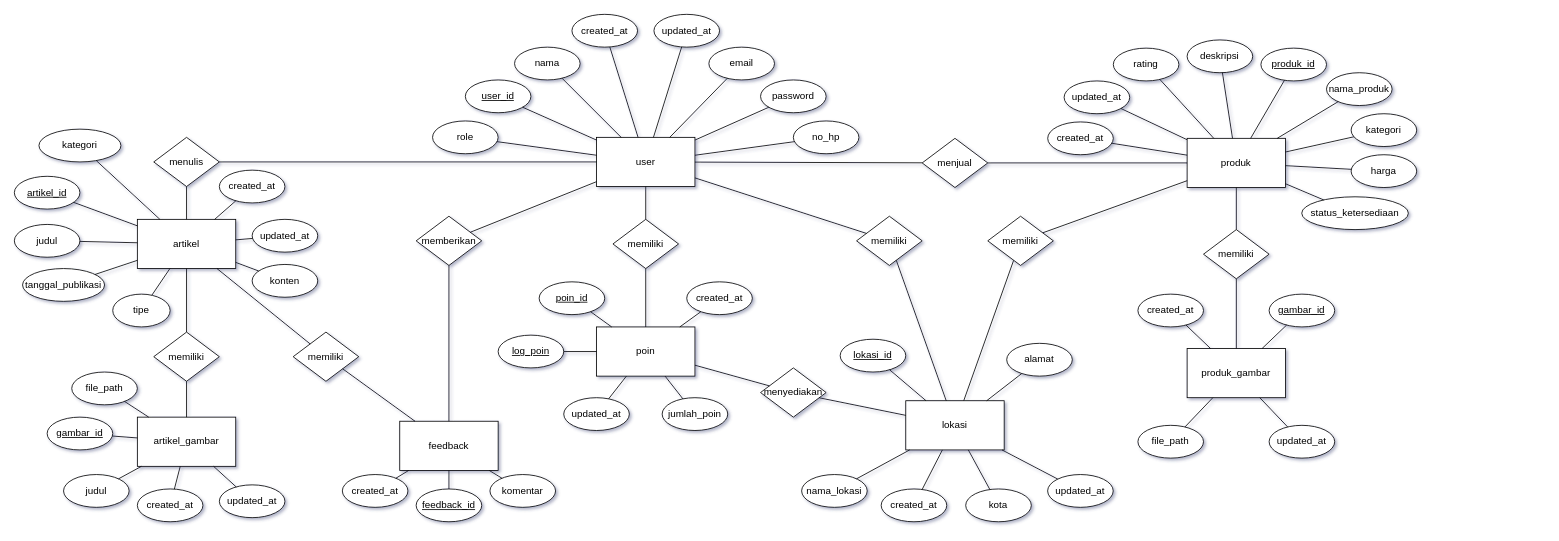
The draw.io diagram docs/diagram/ERD ecozense.drawio in nossilleen/PBL-211, before the edit. Source tidied: cells renumbered, new cells numbered last; positions are measured from the earlier drawing's top-left corner, leaving out a move shared by most shapes. Both pictures are drawn from the tidied source at 82%, with x=0, y=0 at pixel (14, 14).
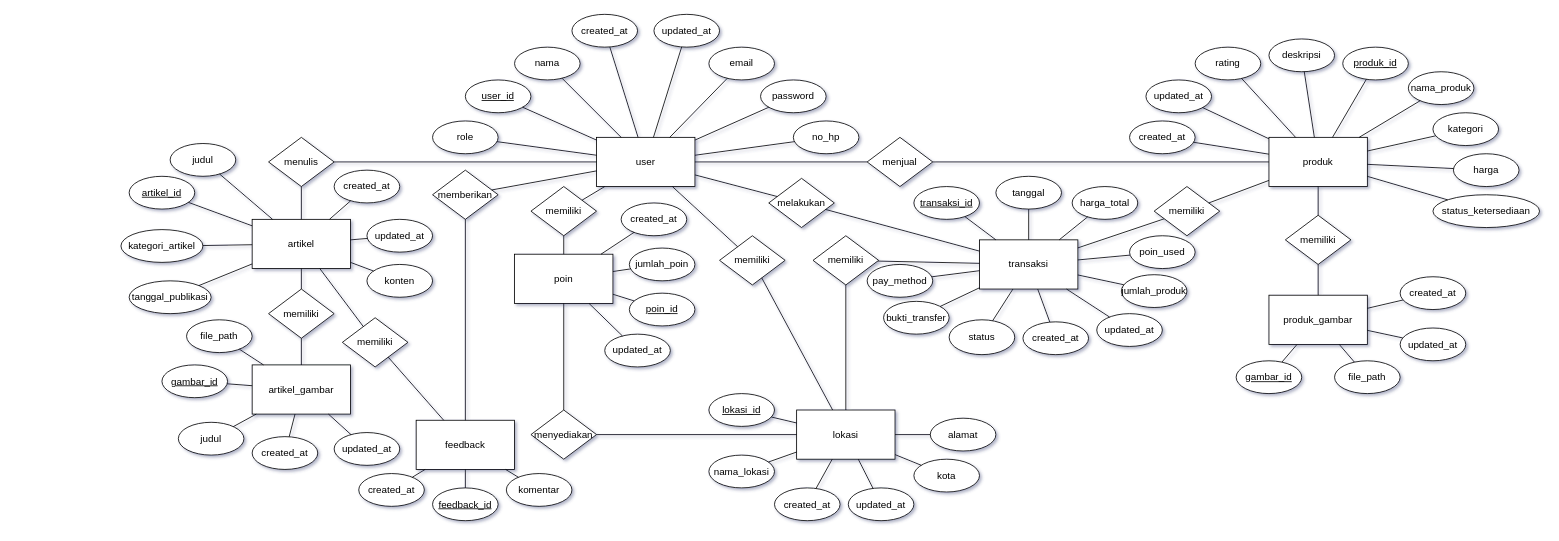
Above is the later version.

Unchanged cells that the change refers to:
```xml
<mxCell id="2" value="user" style="rounded=0;whiteSpace=wrap;html=1;" parent="1" vertex="1">
  <mxGeometry x="710" y="150" width="120" height="60" as="geometry" />
</mxCell>
```

Diff of the diagram source:
```diff
@@
-    <mxCell id="15" style="edgeStyle=none;html=1;endArrow=none;endFill=0;" parent="1" edge="1" source="16" target="131">
-      <mxGeometry relative="1" as="geometry" />
-    </mxCell>
     <mxCell id="16" value="lokasi" style="rounded=0;whiteSpace=wrap;html=1;" parent="1" vertex="1">
-      <mxGeometry x="1087.1" y="471.2" width="120" height="60" as="geometry" />
+      <mxGeometry x="954" y="482.5" width="120" height="60" as="geometry" />
     </mxCell>
     <mxCell id="17" value="lokasi_id" style="ellipse;whiteSpace=wrap;html=1;fontStyle=4;" parent="1" vertex="1">
-      <mxGeometry x="1007.1" y="396.2" width="80" height="40" as="geometry" />
+      <mxGeometry x="847" y="462.5" width="80" height="40" as="geometry" />
     </mxCell>
     <mxCell id="18" value="nama_lokasi" style="ellipse;whiteSpace=wrap;html=1;" parent="1" vertex="1">
-      <mxGeometry x="960.1" y="561.2" width="80" height="40" as="geometry" />
+      <mxGeometry x="847" y="537.5" width="80" height="40" as="geometry" />
     </mxCell>
     <mxCell id="19" value="alamat" style="ellipse;whiteSpace=wrap;html=1;" parent="1" vertex="1">
-      <mxGeometry x="1210.2" y="401.2" width="80" height="40" as="geometry" />
+      <mxGeometry x="1117" y="492.5" width="80" height="40" as="geometry" />
     </mxCell>
     <mxCell id="20" value="kota" style="ellipse;whiteSpace=wrap;html=1;" parent="1" vertex="1">
-      <mxGeometry x="1160.2" y="578.8" width="80" height="40" as="geometry" />
+      <mxGeometry x="1097" y="542.5" width="80" height="40" as="geometry" />
     </mxCell>
@@
     <mxCell id="25" value="memiliki" style="rhombus;whiteSpace=wrap;html=1;" parent="1" vertex="1">
-      <mxGeometry x="1027.1" y="246.2" width="80" height="60" as="geometry" />
+      <mxGeometry x="860" y="270" width="80" height="60" as="geometry" />
     </mxCell>
@@
     <mxCell id="28" value="produk" style="rounded=0;whiteSpace=wrap;html=1;" parent="1" vertex="1">
-      <mxGeometry x="1430.2" y="151.2" width="120" height="60" as="geometry" />
+      <mxGeometry x="1530" y="150" width="120" height="60" as="geometry" />
     </mxCell>
     <mxCell id="29" value="produk_id" style="ellipse;whiteSpace=wrap;html=1;fontStyle=4;" parent="1" vertex="1">
-      <mxGeometry x="1520.2" y="41.2" width="80" height="40" as="geometry" />
+      <mxGeometry x="1620" y="40" width="80" height="40" as="geometry" />
     </mxCell>
     <mxCell id="30" value="nama_produk" style="ellipse;whiteSpace=wrap;html=1;" parent="1" vertex="1">
-      <mxGeometry x="1600.2" y="71.2" width="80" height="40" as="geometry" />
+      <mxGeometry x="1700" y="70" width="80" height="40" as="geometry" />
     </mxCell>
     <mxCell id="31" value="kategori" style="ellipse;whiteSpace=wrap;html=1;" parent="1" vertex="1">
-      <mxGeometry x="1630.2" y="121.2" width="80" height="40" as="geometry" />
+      <mxGeometry x="1730" y="120" width="80" height="40" as="geometry" />
     </mxCell>
     <mxCell id="32" value="harga" style="ellipse;whiteSpace=wrap;html=1;" parent="1" vertex="1">
-      <mxGeometry x="1630.2" y="171.2" width="80" height="40" as="geometry" />
+      <mxGeometry x="1755" y="170" width="80" height="40" as="geometry" />
     </mxCell>
     <mxCell id="33" value="status_ketersediaan" style="ellipse;whiteSpace=wrap;html=1;" parent="1" vertex="1">
-      <mxGeometry x="1570" y="222.5" width="130" height="40" as="geometry" />
+      <mxGeometry x="1730" y="220" width="130" height="40" as="geometry" />
     </mxCell>
@@
     <mxCell id="39" value="menjual" style="rhombus;whiteSpace=wrap;html=1;" parent="1" vertex="1">
-      <mxGeometry x="1107.1" y="151.2" width="80" height="60" as="geometry" />
+      <mxGeometry x="1040" y="150" width="80" height="60" as="geometry" />
     </mxCell>
@@
+    <mxCell id="136" value="transaksi" style="rounded=0;whiteSpace=wrap;html=1;" parent="1" vertex="1">
+      <mxGeometry x="1177" y="275" width="120" height="60" as="geometry" />
+    </mxCell>
+    <mxCell id="137" value="transaksi_id" style="ellipse;whiteSpace=wrap;html=1;fontStyle=4;" parent="1" vertex="1">
+      <mxGeometry x="1097" y="210" width="80" height="40" as="geometry" />
+    </mxCell>
+    <mxCell id="138" value="poin_used" style="ellipse;whiteSpace=wrap;html=1;" parent="1" vertex="1">
+      <mxGeometry x="1360" y="270" width="80" height="40" as="geometry" />
+    </mxCell>
+    <mxCell id="139" style="endArrow=none;html=1;" parent="1" edge="1" source="136" target="137">
+      <mxGeometry relative="1" as="geometry" />
+    </mxCell>
+    <mxCell id="140" style="endArrow=none;html=1;" parent="1" edge="1" source="136" target="138">
+      <mxGeometry relative="1" as="geometry" />
+    </mxCell>
+    <mxCell id="141" value="melakukan" style="rhombus;whiteSpace=wrap;html=1;" parent="1" vertex="1">
+      <mxGeometry x="920" y="200" width="80" height="60" as="geometry" />
+    </mxCell>
+    <mxCell id="142" style="endArrow=none;html=1;" parent="1" edge="1" source="2" target="141">
+      <mxGeometry relative="1" as="geometry" />
+    </mxCell>
+    <mxCell id="143" style="endArrow=none;html=1;" parent="1" edge="1" source="141" target="136">
+      <mxGeometry relative="1" as="geometry" />
+    </mxCell>
+    <mxCell id="144" style="endArrow=none;html=1;" parent="1" edge="1" source="136" target="162">
+      <mxGeometry relative="1" as="geometry" />
+    </mxCell>
     <mxCell id="42" value="artikel" style="rounded=0;whiteSpace=wrap;html=1;" parent="1" vertex="1">
-      <mxGeometry x="150" y="250" width="120" height="60" as="geometry" />
+      <mxGeometry x="290" y="250" width="120" height="60" as="geometry" />
     </mxCell>
     <mxCell id="43" value="artikel_id" style="ellipse;whiteSpace=wrap;html=1;fontStyle=4;" parent="1" vertex="1">
-      <mxGeometry y="197.5" width="80" height="40" as="geometry" />
+      <mxGeometry x="140" y="197.5" width="80" height="40" as="geometry" />
     </mxCell>
     <mxCell id="44" value="judul" style="ellipse;whiteSpace=wrap;html=1;" parent="1" vertex="1">
-      <mxGeometry y="256.2" width="80" height="40" as="geometry" />
+      <mxGeometry x="190" y="157.5" width="80" height="40" as="geometry" />
     </mxCell>
     <mxCell id="45" value="konten" style="ellipse;whiteSpace=wrap;html=1;" parent="1" vertex="1">
-      <mxGeometry x="290" y="305" width="80" height="40" as="geometry" />
+      <mxGeometry x="430" y="305" width="80" height="40" as="geometry" />
     </mxCell>
     <mxCell id="46" value="tanggal_publikasi" style="ellipse;whiteSpace=wrap;html=1;" parent="1" vertex="1">
-      <mxGeometry x="10" y="310" width="100" height="40" as="geometry" />
+      <mxGeometry x="140" y="325" width="100" height="40" as="geometry" />
     </mxCell>
-    <mxCell id="47" value="tipe" style="ellipse;whiteSpace=wrap;html=1;" parent="1" vertex="1">
-      <mxGeometry x="120" y="341.2" width="70" height="40" as="geometry" />
+    <mxCell id="47" value="kategori_artikel" style="ellipse;whiteSpace=wrap;html=1;" parent="1" vertex="1">
+      <mxGeometry x="130" y="262.5" width="100" height="40" as="geometry" />
     </mxCell>
@@
     <mxCell id="53" value="menulis" style="rhombus;whiteSpace=wrap;html=1;" parent="1" vertex="1">
-      <mxGeometry x="170" y="150" width="80" height="60" as="geometry" />
+      <mxGeometry x="310" y="150" width="80" height="60" as="geometry" />
     </mxCell>
@@
     <mxCell id="56" value="feedback" style="rounded=0;whiteSpace=wrap;html=1;" parent="1" vertex="1">
-      <mxGeometry x="470" y="496.2" width="120" height="60" as="geometry" />
+      <mxGeometry x="490" y="495" width="120" height="60" as="geometry" />
     </mxCell>
     <mxCell id="57" value="feedback_id" style="ellipse;whiteSpace=wrap;html=1;fontStyle=4;" parent="1" vertex="1">
-      <mxGeometry x="490" y="578.8" width="80" height="40" as="geometry" />
+      <mxGeometry x="510" y="577.5" width="80" height="40" as="geometry" />
     </mxCell>
     <mxCell id="58" value="komentar" style="ellipse;whiteSpace=wrap;html=1;" parent="1" vertex="1">
-      <mxGeometry x="580" y="561.2" width="80" height="40" as="geometry" />
+      <mxGeometry x="600" y="560" width="80" height="40" as="geometry" />
     </mxCell>
     <mxCell id="59" value="created_at" style="ellipse;whiteSpace=wrap;html=1;" parent="1" vertex="1">
-      <mxGeometry x="400" y="561.2" width="80" height="40" as="geometry" />
+      <mxGeometry x="420" y="560" width="80" height="40" as="geometry" />
     </mxCell>
@@
     <mxCell id="63" value="memberikan" style="rhombus;whiteSpace=wrap;html=1;" parent="1" vertex="1">
-      <mxGeometry x="490" y="246.2" width="80" height="60" as="geometry" />
+      <mxGeometry x="510" y="190" width="80" height="60" as="geometry" />
     </mxCell>
@@
     <mxCell id="66" value="memiliki" style="rhombus;whiteSpace=wrap;html=1;" parent="1" vertex="1">
-      <mxGeometry x="340" y="387.5" width="80" height="60" as="geometry" />
+      <mxGeometry x="400" y="370" width="80" height="60" as="geometry" />
     </mxCell>
@@
     <mxCell id="69" value="poin" style="rounded=0;whiteSpace=wrap;html=1;" parent="1" vertex="1">
-      <mxGeometry x="710" y="381.2" width="120" height="60" as="geometry" />
+      <mxGeometry x="610" y="292.5" width="120" height="60" as="geometry" />
     </mxCell>
     <mxCell id="70" value="poin_id" style="ellipse;whiteSpace=wrap;html=1;fontStyle=4;" parent="1" vertex="1">
-      <mxGeometry x="640" y="326.2" width="80" height="40" as="geometry" />
+      <mxGeometry x="750" y="340" width="80" height="40" as="geometry" />
     </mxCell>
     <mxCell id="71" value="jumlah_poin" style="ellipse;whiteSpace=wrap;html=1;" parent="1" vertex="1">
-      <mxGeometry x="790" y="467.5" width="80" height="40" as="geometry" />
+      <mxGeometry x="750" y="285" width="80" height="40" as="geometry" />
     </mxCell>
@@
     <mxCell id="74" value="memiliki" style="rhombus;whiteSpace=wrap;html=1;" parent="1" vertex="1">
-      <mxGeometry x="730" y="250" width="80" height="60" as="geometry" />
+      <mxGeometry x="630" y="210" width="80" height="60" as="geometry" />
     </mxCell>
@@
     <mxCell id="77" value="menyediakan" style="rhombus;whiteSpace=wrap;html=1;" parent="1" vertex="1">
-      <mxGeometry x="910" y="431.2" width="80" height="60" as="geometry" />
+      <mxGeometry x="630" y="482.5" width="80" height="60" as="geometry" />
     </mxCell>
@@
     <mxCell id="80" value="artikel_gambar" style="rounded=0;whiteSpace=wrap;html=1;" parent="1" vertex="1">
-      <mxGeometry x="150" y="491.2" width="120" height="60" as="geometry" />
+      <mxGeometry x="290" y="427.5" width="120" height="60" as="geometry" />
     </mxCell>
     <mxCell id="81" value="gambar_id" style="ellipse;whiteSpace=wrap;html=1;fontStyle=4;" parent="1" vertex="1">
-      <mxGeometry x="40" y="491.2" width="80" height="40" as="geometry" />
+      <mxGeometry x="180" y="427.5" width="80" height="40" as="geometry" />
     </mxCell>
     <mxCell id="82" value="file_path" style="ellipse;whiteSpace=wrap;html=1;" parent="1" vertex="1">
-      <mxGeometry x="70" y="436.2" width="80" height="40" as="geometry" />
+      <mxGeometry x="210" y="372.5" width="80" height="40" as="geometry" />
     </mxCell>
     <mxCell id="83" value="judul" style="ellipse;whiteSpace=wrap;html=1;" parent="1" vertex="1">
-      <mxGeometry x="60" y="561.2" width="80" height="40" as="geometry" />
+      <mxGeometry x="200" y="497.5" width="80" height="40" as="geometry" />
     </mxCell>
@@
     <mxCell id="87" value="memiliki" style="rhombus;whiteSpace=wrap;html=1;" parent="1" vertex="1">
-      <mxGeometry x="170" y="387.5" width="80" height="60" as="geometry" />
+      <mxGeometry x="310" y="335" width="80" height="60" as="geometry" />
     </mxCell>
@@
     <mxCell id="90" value="produk_gambar" style="rounded=0;whiteSpace=wrap;html=1;" parent="1" vertex="1">
-      <mxGeometry x="1430.2" y="407.5" width="120" height="60" as="geometry" />
+      <mxGeometry x="1530" y="342.5" width="120" height="60" as="geometry" />
     </mxCell>
     <mxCell id="91" value="gambar_id" style="ellipse;whiteSpace=wrap;html=1;fontStyle=4;" parent="1" vertex="1">
-      <mxGeometry x="1530.2" y="341.2" width="80" height="40" as="geometry" />
+      <mxGeometry x="1490" y="422.5" width="80" height="40" as="geometry" />
     </mxCell>
     <mxCell id="92" value="file_path" style="ellipse;whiteSpace=wrap;html=1;" parent="1" vertex="1">
-      <mxGeometry x="1370.2" y="501.2" width="80" height="40" as="geometry" />
+      <mxGeometry x="1610" y="422.5" width="80" height="40" as="geometry" />
     </mxCell>
@@
     <mxCell id="95" value="memiliki" style="rhombus;whiteSpace=wrap;html=1;" parent="1" vertex="1">
-      <mxGeometry x="1450.2" y="262.5" width="80" height="60" as="geometry" />
+      <mxGeometry x="1550" y="245" width="80" height="60" as="geometry" />
     </mxCell>
@@
     <mxCell id="98" value="created_at" style="ellipse;whiteSpace=wrap;html=1;" parent="1" vertex="1">
-      <mxGeometry x="250" y="190" width="80" height="40" as="geometry" />
+      <mxGeometry x="390" y="190" width="80" height="40" as="geometry" />
     </mxCell>
@@
     <mxCell id="100" value="updated_at" style="ellipse;whiteSpace=wrap;html=1;" parent="1" vertex="1">
-      <mxGeometry x="290" y="250" width="80" height="40" as="geometry" />
+      <mxGeometry x="430" y="250" width="80" height="40" as="geometry" />
     </mxCell>
@@
     <mxCell id="102" value="created_at" style="ellipse;whiteSpace=wrap;html=1;" parent="1" vertex="1">
-      <mxGeometry x="150" y="578.8" width="80" height="40" as="geometry" />
+      <mxGeometry x="290" y="515" width="80" height="40" as="geometry" />
     </mxCell>
@@
     <mxCell id="104" value="updated_at" style="ellipse;whiteSpace=wrap;html=1;" parent="1" vertex="1">
-      <mxGeometry x="250" y="573.8" width="80" height="40" as="geometry" />
+      <mxGeometry x="390" y="510" width="80" height="40" as="geometry" />
     </mxCell>
@@
     <mxCell id="106" value="created_at" style="ellipse;whiteSpace=wrap;html=1;" parent="1" vertex="1">
-      <mxGeometry x="1057.1" y="578.8" width="80" height="40" as="geometry" />
+      <mxGeometry x="927" y="577.5" width="80" height="40" as="geometry" />
     </mxCell>
@@
     <mxCell id="108" value="updated_at" style="ellipse;whiteSpace=wrap;html=1;" parent="1" vertex="1">
-      <mxGeometry x="1260.1" y="561.2" width="80" height="40" as="geometry" />
+      <mxGeometry x="1017" y="577.5" width="80" height="40" as="geometry" />
     </mxCell>
@@
     <mxCell id="114" value="created_at" style="ellipse;whiteSpace=wrap;html=1;" parent="1" vertex="1">
-      <mxGeometry x="1260.2" y="131.2" width="80" height="40" as="geometry" />
+      <mxGeometry x="1360" y="130" width="80" height="40" as="geometry" />
     </mxCell>
@@
     <mxCell id="116" value="updated_at" style="ellipse;whiteSpace=wrap;html=1;" parent="1" vertex="1">
-      <mxGeometry x="1280.2" y="81.2" width="80" height="40" as="geometry" />
+      <mxGeometry x="1380" y="80" width="80" height="40" as="geometry" />
     </mxCell>
@@
     <mxCell id="118" value="rating" style="ellipse;whiteSpace=wrap;html=1;" parent="1" vertex="1">
-      <mxGeometry x="1340.2" y="41.2" width="80" height="40" as="geometry" />
+      <mxGeometry x="1440" y="40" width="80" height="40" as="geometry" />
     </mxCell>
@@
     <mxCell id="120" value="deskripsi" style="ellipse;whiteSpace=wrap;html=1;" parent="1" vertex="1">
-      <mxGeometry x="1430.2" y="31.2" width="80" height="40" as="geometry" />
+      <mxGeometry x="1530" y="30" width="80" height="40" as="geometry" />
     </mxCell>
@@
     <mxCell id="122" value="created_at" style="ellipse;whiteSpace=wrap;html=1;" parent="1" vertex="1">
-      <mxGeometry x="1370.2" y="341.2" width="80" height="40" as="geometry" />
+      <mxGeometry x="1690" y="320" width="80" height="40" as="geometry" />
     </mxCell>
@@
     <mxCell id="124" value="updated_at" style="ellipse;whiteSpace=wrap;html=1;" parent="1" vertex="1">
-      <mxGeometry x="1530.2" y="501.2" width="80" height="40" as="geometry" />
+      <mxGeometry x="1690" y="382.5" width="80" height="40" as="geometry" />
     </mxCell>
@@
+    <mxCell id="145" style="edgeStyle=none;html=1;endArrow=none;endFill=0;" parent="1" edge="1" source="147" target="136">
+      <mxGeometry relative="1" as="geometry" />
+    </mxCell>
+    <mxCell id="146" style="edgeStyle=none;html=1;endArrow=none;endFill=0;" parent="1" edge="1" source="147" target="16">
+      <mxGeometry relative="1" as="geometry" />
+    </mxCell>
+    <mxCell id="147" value="memiliki" style="rhombus;whiteSpace=wrap;html=1;" parent="1" vertex="1">
+      <mxGeometry x="974" y="270" width="80" height="60" as="geometry" />
+    </mxCell>
+    <mxCell id="148" value="harga_total" style="ellipse;whiteSpace=wrap;html=1;" parent="1" vertex="1">
+      <mxGeometry x="1290" y="210" width="80" height="40" as="geometry" />
+    </mxCell>
+    <mxCell id="149" style="endArrow=none;html=1;" parent="1" edge="1" source="136" target="148">
+      <mxGeometry relative="1" as="geometry" />
+    </mxCell>
+    <mxCell id="150" value="tanggal" style="ellipse;whiteSpace=wrap;html=1;" parent="1" vertex="1">
+      <mxGeometry x="1197" y="197.5" width="80" height="40" as="geometry" />
+    </mxCell>
+    <mxCell id="151" style="endArrow=none;html=1;" parent="1" edge="1" source="136" target="150">
+      <mxGeometry relative="1" as="geometry" />
+    </mxCell>
+    <mxCell id="152" value="status" style="ellipse;whiteSpace=wrap;html=1;" parent="1" vertex="1">
+      <mxGeometry x="1140" y="372.5" width="80" height="42.5" as="geometry" />
+    </mxCell>
+    <mxCell id="153" style="endArrow=none;html=1;" parent="1" edge="1" source="136" target="152">
+      <mxGeometry relative="1" as="geometry" />
+    </mxCell>
+    <mxCell id="154" value="pay_method" style="ellipse;whiteSpace=wrap;html=1;" parent="1" vertex="1">
+      <mxGeometry x="1040" y="305" width="80" height="40" as="geometry" />
+    </mxCell>
+    <mxCell id="155" style="endArrow=none;html=1;" parent="1" edge="1" source="136" target="154">
+      <mxGeometry relative="1" as="geometry" />
+    </mxCell>
+    <mxCell id="156" value="bukti_transfer" style="ellipse;whiteSpace=wrap;html=1;" parent="1" vertex="1">
+      <mxGeometry x="1060" y="350" width="80" height="40" as="geometry" />
+    </mxCell>
+    <mxCell id="157" style="endArrow=none;html=1;" parent="1" edge="1" source="136" target="156">
+      <mxGeometry relative="1" as="geometry" />
+    </mxCell>
+    <mxCell id="158" value="created_at" style="ellipse;whiteSpace=wrap;html=1;" parent="1" vertex="1">
+      <mxGeometry x="1230" y="375" width="80" height="40" as="geometry" />
+    </mxCell>
+    <mxCell id="159" style="endArrow=none;html=1;" parent="1" edge="1" source="136" target="158">
+      <mxGeometry relative="1" as="geometry" />
+    </mxCell>
+    <mxCell id="160" value="updated_at" style="ellipse;whiteSpace=wrap;html=1;" parent="1" vertex="1">
+      <mxGeometry x="1320" y="365" width="80" height="40" as="geometry" />
+    </mxCell>
+    <mxCell id="161" style="endArrow=none;html=1;" parent="1" edge="1" source="136" target="160">
+      <mxGeometry relative="1" as="geometry" />
+    </mxCell>
     <mxCell id="126" value="created_at" style="ellipse;whiteSpace=wrap;html=1;" parent="1" vertex="1">
-      <mxGeometry x="820" y="326.2" width="80" height="40" as="geometry" />
+      <mxGeometry x="740" y="230" width="80" height="40" as="geometry" />
     </mxCell>
@@
     <mxCell id="128" value="updated_at" style="ellipse;whiteSpace=wrap;html=1;" parent="1" vertex="1">
-      <mxGeometry x="670" y="467.5" width="80" height="40" as="geometry" />
+      <mxGeometry x="720" y="390" width="80" height="40" as="geometry" />
     </mxCell>
@@
+    <mxCell id="162" value="memiliki" style="rhombus;whiteSpace=wrap;html=1;" parent="1" vertex="1">
+      <mxGeometry x="1390" y="210" width="80" height="60" as="geometry" />
+    </mxCell>
+    <mxCell id="131" style="endArrow=none;html=1;" parent="1" edge="1" source="28" target="162">
+      <mxGeometry relative="1" as="geometry" />
+    </mxCell>
+    <mxCell id="15" value="jumlah_produk" style="ellipse;whiteSpace=wrap;html=1;" parent="1" vertex="1">
+      <mxGeometry x="1350" y="317.5" width="80" height="40" as="geometry" />
+    </mxCell>
-    <mxCell id="130" style="edgeStyle=none;html=1;endArrow=none;endFill=0;" parent="1" edge="1" source="131" target="28">
+    <mxCell id="130" style="endArrow=none;html=1;" parent="1" edge="1" source="136" target="15">
       <mxGeometry relative="1" as="geometry" />
     </mxCell>
-    <mxCell id="131" value="memiliki" style="rhombus;whiteSpace=wrap;html=1;" parent="1" vertex="1">
-      <mxGeometry x="1187.1" y="246.2" width="80" height="60" as="geometry" />
-    </mxCell>
-    <mxCell id="132" value="log_poin" style="ellipse;whiteSpace=wrap;html=1;fontStyle=4;" parent="1" vertex="1">
-      <mxGeometry x="590" y="391.2" width="80" height="40" as="geometry" />
-    </mxCell>
-    <mxCell id="133" style="endArrow=none;html=1;" parent="1" edge="1" source="69" target="132">
-      <mxGeometry relative="1" as="geometry" />
-    </mxCell>
-    <mxCell id="134" value="kategori" style="ellipse;whiteSpace=wrap;html=1;" parent="1" vertex="1">
-      <mxGeometry x="30" y="140" width="100" height="40" as="geometry" />
-    </mxCell>
-    <mxCell id="135" style="endArrow=none;html=1;" parent="1" edge="1" source="42" target="134">
-      <mxGeometry relative="1" as="geometry" />
-    </mxCell>
```
